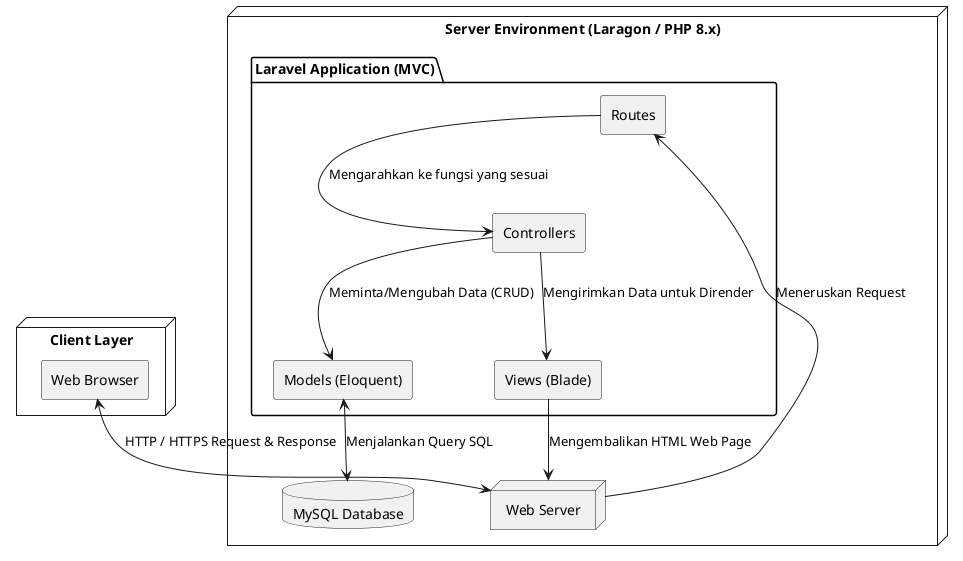
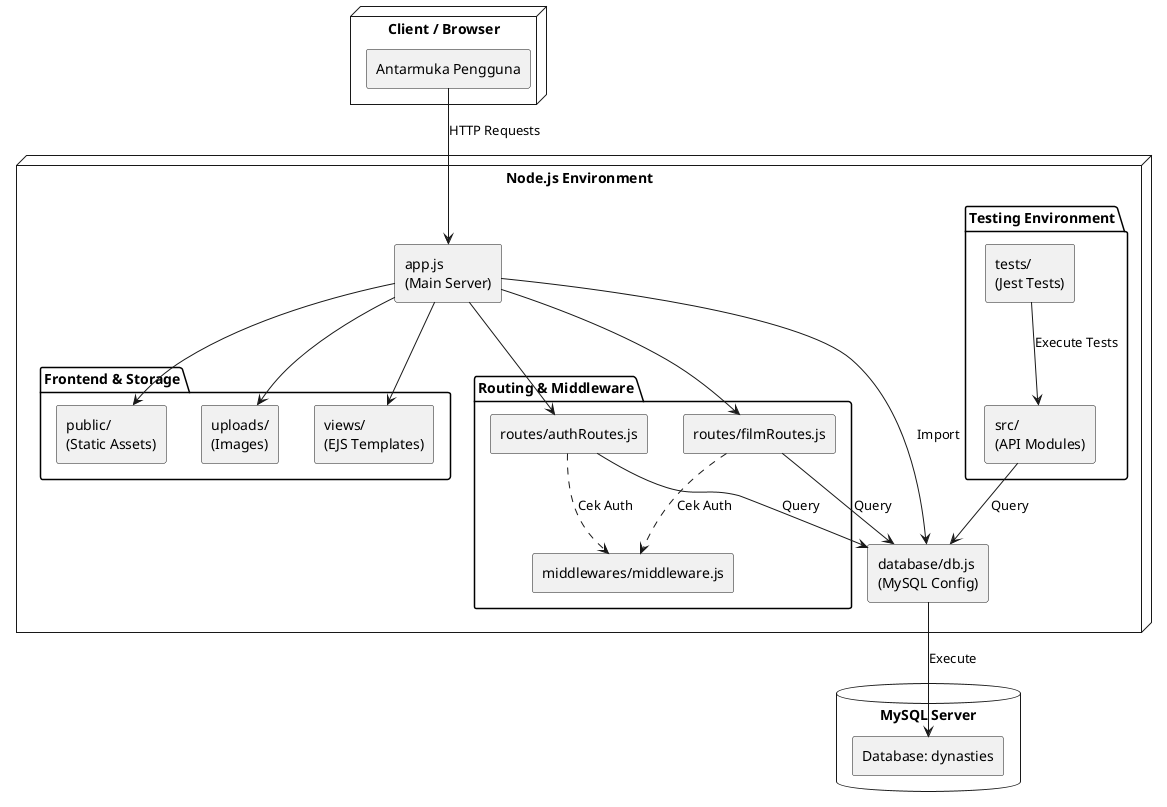
@startuml
skinparam componentStyle rectangle

- node "Client Layer" {
-   [Web Browser] as browser
+ node "Client / Browser" {
+   [Antarmuka Pengguna] as ui
}

- node "Server Environment (Laragon / PHP 8.x)" {
-   node "Web Server" as webserver
+ node "Node.js Environment" {

-   package "Laravel Application (MVC)" {
-     [Routes] as routes
-     [Controllers] as controllers
-     [Models (Eloquent)] as models
-     [Views (Blade)] as views
+   package "Testing Environment" {
+     [tests/\n(Jest Tests)] as tests
+     [src/\n(API Modules)] as src
  }

-   database "MySQL Database" as db
+   [app.js\n(Main Server)] as appjs
+ 
+   package "Frontend & Storage" {
+     [uploads/\n(Images)] as uploads
+     [views/\n(EJS Templates)] as views
+     [public/\n(Static Assets)] as public
+   }
+ 
+   package "Routing & Middleware" {
+     [routes/authRoutes.js] as auth
+     [routes/filmRoutes.js] as film
+     [middlewares/middleware.js] as middleware
+   }
+ 
+   [database/db.js\n(MySQL Config)] as dbconfig
}

- browser <--> webserver : HTTP / HTTPS Request & Response
+ database "MySQL Server" {
+   [Database: dynasties] as db
+ }

- webserver --> routes : Meneruskan Request
- routes --> controllers : Mengarahkan ke fungsi yang sesuai
- controllers --> models : Meminta/Mengubah Data (CRUD)
- models <--> db : Menjalankan Query SQL
- controllers --> views : Mengirimkan Data untuk Dirender
- views --> webserver : Mengembalikan HTML Web Page
+ ' Relasi
+ ui --> appjs : HTTP Requests
+ 
+ tests --> src : Execute Tests
+ src --> dbconfig : Query
+ 
+ appjs --> views
+ appjs --> public
+ appjs --> uploads
+ appjs --> auth
+ appjs --> film
+ appjs --> dbconfig : Import
+ 
+ auth --> dbconfig : Query
+ film --> dbconfig : Query
+ 
+ auth ..> middleware : Cek Auth
+ film ..> middleware : Cek Auth
+ 
+ dbconfig --> db : Execute

@enduml
